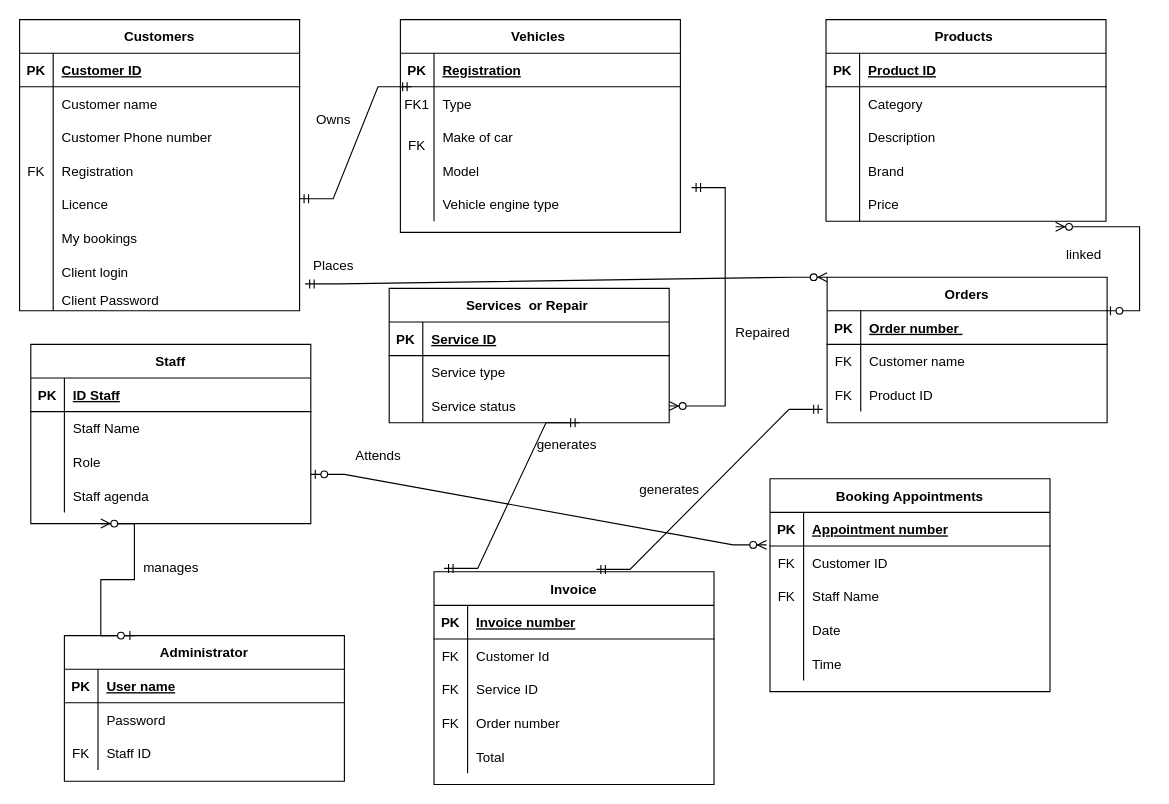
This is Untitled Diagram.drawio from PriFlores/Garage-Database-design-, a draw.io file, before an edit. Source tidied: cells renumbered, new cells numbered last; positions are measured from the earlier drawing's top-left corner, leaving out a move shared by most shapes. Both pictures are drawn from the tidied source at 112%, with x=0, y=0 at pixel (19, 19).
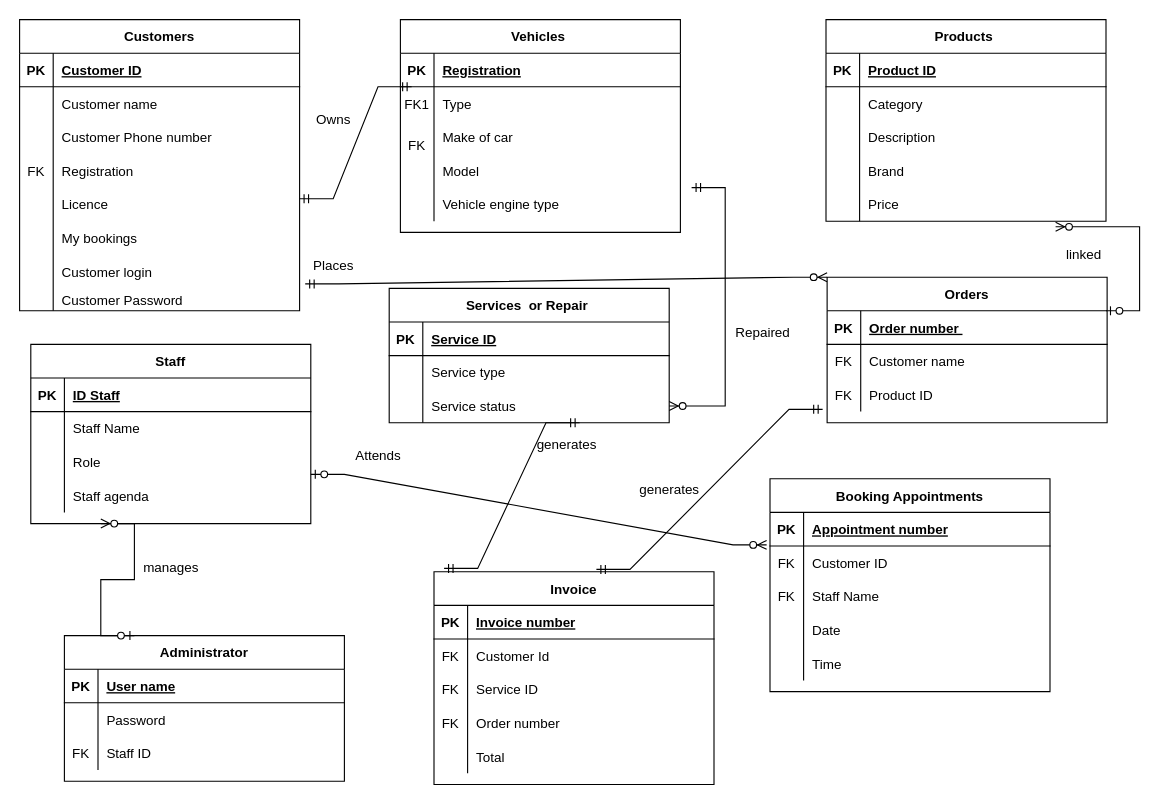
After the change.

The change refers to these unchanged cells:
```xml
<mxCell id="31" style="shape=partialRectangle;fillColor=none;points=[[0,0.5],[1,0.5]];portConstraint=eastwest;top=0;left=0;right=0;bottom=0;" parent="12" vertex="1">
  <mxGeometry y="210" width="250" height="30" as="geometry" />
</mxCell>
<mxCell id="34" style="shape=partialRectangle;fillColor=none;top=0;left=0;right=0;bottom=0;" parent="12" vertex="1">
  <mxGeometry y="240" width="250" height="20" as="geometry" />
</mxCell>
```

What changed in the source:
```diff
@@
-    <mxCell id="33" value="Client login" style="shape=partialRectangle;overflow=hidden;fillColor=none;top=0;left=0;bottom=0;right=0;align=left;spacingLeft=6;" parent="31" vertex="1">
+    <mxCell id="33" value="Customer login" style="shape=partialRectangle;overflow=hidden;fillColor=none;top=0;left=0;bottom=0;right=0;align=left;spacingLeft=6;" parent="31" vertex="1">
       <mxGeometry x="30" width="220" height="30" as="geometry" />
     </mxCell>
@@
-    <mxCell id="36" value="Client Password " style="shape=partialRectangle;overflow=hidden;fillColor=none;top=0;left=0;bottom=0;right=0;align=left;spacingLeft=6;" parent="34" vertex="1">
+    <mxCell id="36" value="Customer Password " style="shape=partialRectangle;overflow=hidden;fillColor=none;top=0;left=0;bottom=0;right=0;align=left;spacingLeft=6;" parent="34" vertex="1">
       <mxGeometry x="30" width="220" height="20" as="geometry" />
     </mxCell>
```
